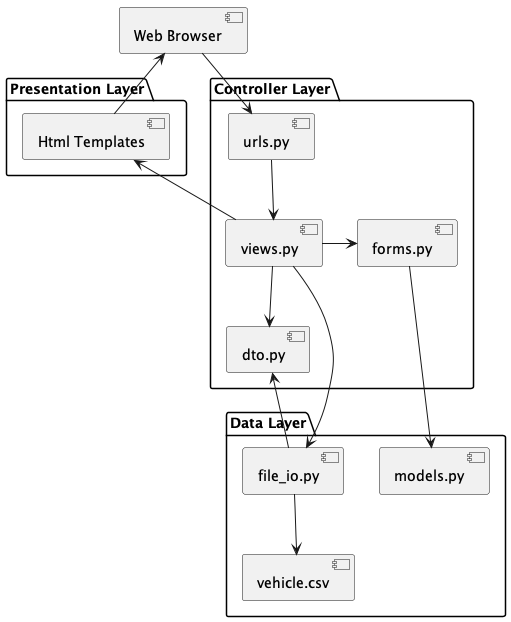
Above: out/app2/diagrams/archtecture/Multi-layer Application Architecture.png in RyanRen2023/pyresearch (PlantUML), before the change. The source it was exported from:
```plantuml
@startuml "Multi-layer Application Architecture"
component "Web Browser" as WB

package "Presentation Layer" {
    component "Html Templates" as WT
}

package "Controller Layer" {
    component "urls.py" as WA
    component "views.py" as WV
    component "forms.py" as WF
    component "dto.py" as WD
}


package "Data Layer" {
    component "models.py" as WM
    component "file_io.py" as WFI
    component "vehicle.csv" as DB
}

WB -down-> WA
WA -down-> WV
WV -up-> WT
WT -up-> WB
WV -down-> WD
WV -right-> WF
WF -down-> WM
WV -down-> WFI
WFI -up-> WD
WFI -down-> DB
@enduml
```
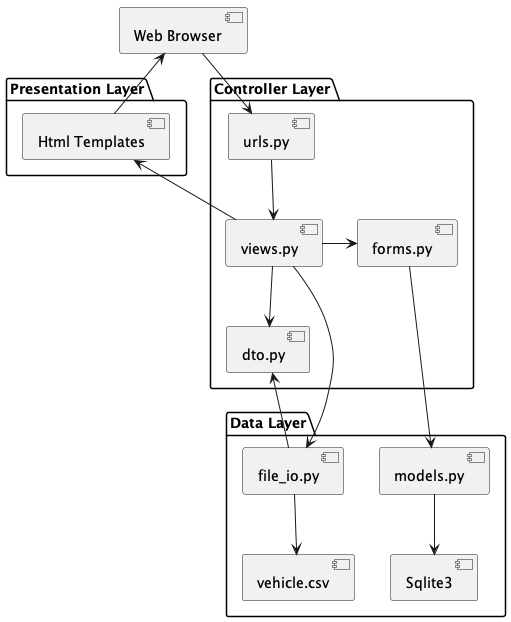
The same diagram one commit later.

Diff of the diagram source:
```diff
@@ -16,7 +16,8 @@
 package "Data Layer" {
     component "models.py" as WM
     component "file_io.py" as WFI
-    component "vehicle.csv" as DB
+    component "vehicle.csv" as File_DB
+    component "Sqlite3" as DB
 }
 
 WB -down-> WA
@@ -28,5 +29,6 @@
 WF -down-> WM
 WV -down-> WFI
 WFI -up-> WD
-WFI -down-> DB
+WFI -down-> File_DB
+WM -down-> DB
 @enduml
```
